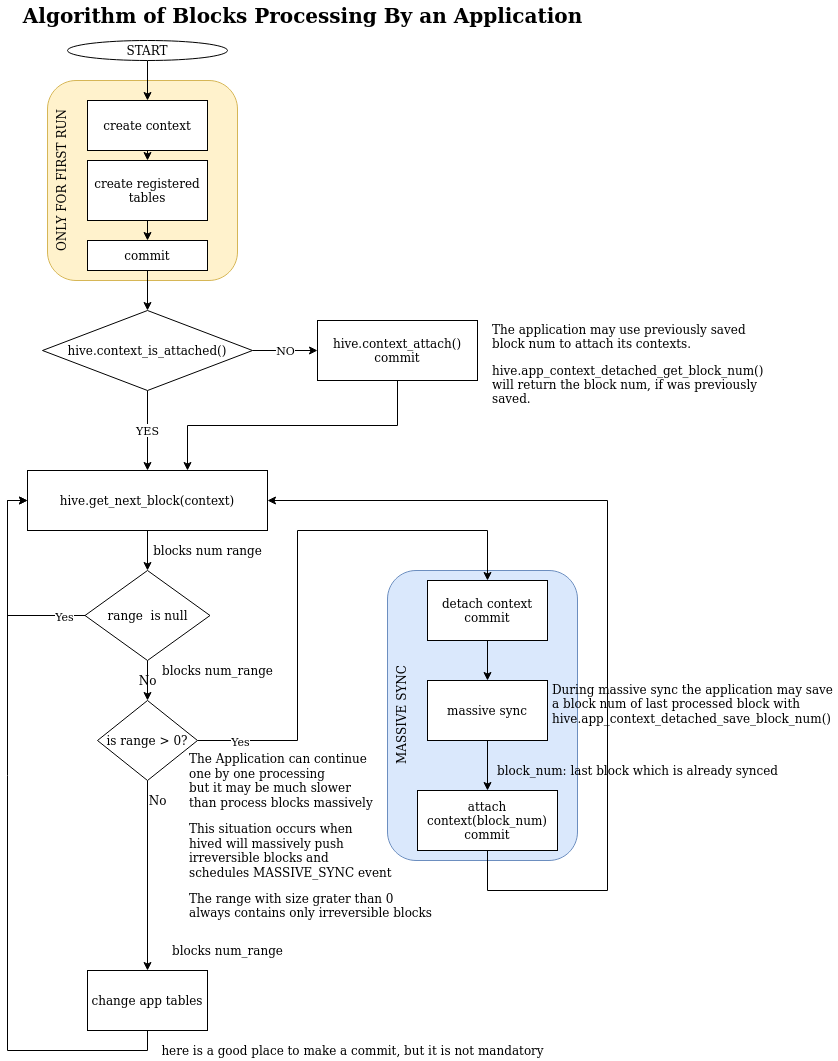
The draw.io diagram src/hive_fork_manager/doc/evq_app_process_block.png in openhive-network/HAfAH, before a commit. Source tidied: cells renumbered, new cells last; positions are measured from the earlier drawing's top-left corner, leaving out a move shared by most shapes.
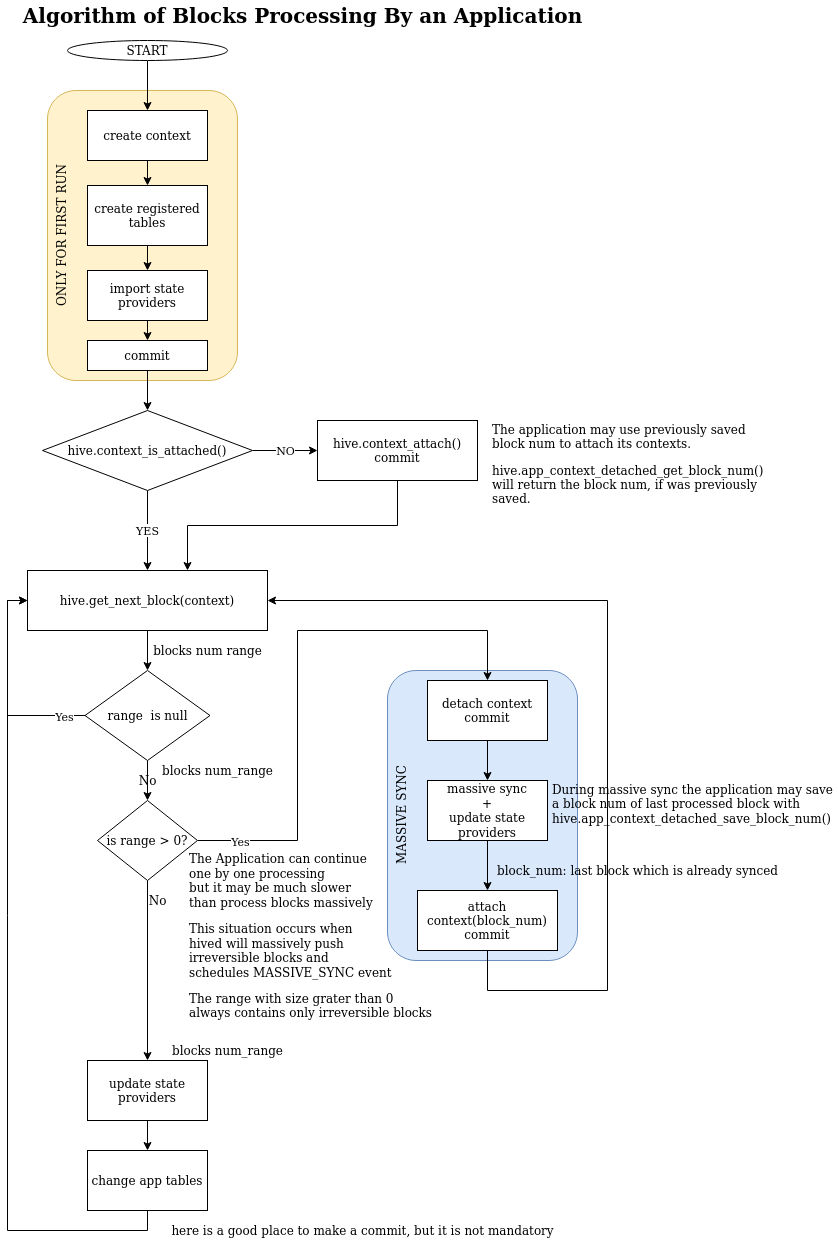
After the change.

Change to the diagram source:
```diff
@@ -6,25 +6,25 @@
       <mxGeometry x="380" y="570" width="190" height="290" as="geometry" />
     </mxCell>
     <mxCell id="3" value="ONLY FOR FIRST RUN" style="rounded=1;whiteSpace=wrap;html=1;fillColor=#fff2cc;strokeColor=#d6b656;verticalAlign=top;horizontal=0;" parent="1" vertex="1">
-      <mxGeometry x="40" y="80" width="190" height="200" as="geometry" />
+      <mxGeometry x="40" y="-10" width="190" height="290" as="geometry" />
     </mxCell>
     <mxCell id="4" style="edgeStyle=orthogonalEdgeStyle;rounded=0;jettySize=auto;html=1;exitX=0.5;exitY=1;exitDx=0;exitDy=0;" parent="1" edge="1" source="5" target="7">
       <mxGeometry relative="1" as="geometry" />
     </mxCell>
     <mxCell id="5" value="START" style="ellipse;whiteSpace=wrap;html=1;" parent="1" vertex="1">
-      <mxGeometry x="60" y="40" width="160" height="20" as="geometry" />
+      <mxGeometry x="60" y="-60" width="160" height="20" as="geometry" />
     </mxCell>
     <mxCell id="6" style="edgeStyle=orthogonalEdgeStyle;rounded=0;jettySize=auto;html=1;exitX=0.5;exitY=1;exitDx=0;exitDy=0;entryX=0.5;entryY=0;entryDx=0;entryDy=0;" parent="1" edge="1" source="7" target="9">
       <mxGeometry relative="1" as="geometry" />
     </mxCell>
     <mxCell id="7" value="create context" style="rounded=0;whiteSpace=wrap;html=1;" parent="1" vertex="1">
-      <mxGeometry x="80" y="100" width="120" height="50" as="geometry" />
+      <mxGeometry x="80" y="10" width="120" height="50" as="geometry" />
     </mxCell>
-    <mxCell id="8" style="edgeStyle=none;rounded=0;jettySize=auto;html=1;exitX=0.5;exitY=1;exitDx=0;exitDy=0;entryX=0.5;entryY=0;entryDx=0;entryDy=0;endArrow=classic;endFill=1;startSize=6;endSize=6;sourcePerimeterSpacing=8;targetPerimeterSpacing=8;" parent="1" edge="1" source="9" target="47">
-      <mxGeometry relative="1" as="geometry" />
-    </mxCell>
+    <mxCell id="48" style="edgeStyle=orthogonalEdgeStyle;rounded=0;jettySize=auto;html=1;exitX=0.5;exitY=1;exitDx=0;exitDy=0;" parent="1" edge="1" source="9" target="50">
+      <mxGeometry relative="1" as="geometry" />
+    </mxCell>
     <mxCell id="9" value="create registered tables" style="rounded=0;whiteSpace=wrap;html=1;" parent="1" vertex="1">
-      <mxGeometry x="80" y="160" width="120" height="60" as="geometry" />
+      <mxGeometry x="80" y="85" width="120" height="60" as="geometry" />
     </mxCell>
     <mxCell id="10" style="edgeStyle=orthogonalEdgeStyle;rounded=0;jettySize=auto;html=1;exitX=0.5;exitY=1;exitDx=0;exitDy=0;entryX=0.5;entryY=0;entryDx=0;entryDy=0;" parent="1" edge="1" source="11" target="13">
       <mxGeometry relative="1" as="geometry" />
@@ -35,7 +35,7 @@
     <mxCell id="12" style="edgeStyle=orthogonalEdgeStyle;rounded=0;jettySize=auto;html=1;exitX=0.5;exitY=1;exitDx=0;exitDy=0;entryX=0.5;entryY=0;entryDx=0;entryDy=0;" parent="1" edge="1" source="13" target="15">
       <mxGeometry relative="1" as="geometry" />
     </mxCell>
-    <mxCell id="13" value="massive sync" style="rounded=0;whiteSpace=wrap;html=1;" parent="1" vertex="1">
+    <mxCell id="13" value="&lt;div&gt;massive sync&lt;/div&gt;&lt;div&gt;+&lt;/div&gt;&lt;div&gt;update state providers&lt;br&gt;&lt;/div&gt;" style="rounded=0;whiteSpace=wrap;html=1;" parent="1" vertex="1">
       <mxGeometry x="420" y="680" width="120" height="60" as="geometry" />
     </mxCell>
     <mxCell id="14" style="edgeStyle=orthogonalEdgeStyle;rounded=0;jettySize=auto;html=1;exitX=0.5;exitY=1;exitDx=0;exitDy=0;entryX=1;entryY=0.5;entryDx=0;entryDy=0;" parent="1" edge="1" source="15" target="18">
@@ -79,22 +79,22 @@
     <mxCell id="24" style="edgeStyle=orthogonalEdgeStyle;rounded=0;jettySize=auto;html=1;exitX=0.5;exitY=1;exitDx=0;exitDy=0;entryX=0;entryY=0.5;entryDx=0;entryDy=0;" parent="1" edge="1" source="25" target="18">
       <mxGeometry relative="1" as="geometry">
         <Array as="points">
-          <mxPoint x="140" y="1050" />
-          <mxPoint y="1050" />
+          <mxPoint x="140" y="1130" />
+          <mxPoint y="1130" />
           <mxPoint y="500" />
         </Array>
       </mxGeometry>
     </mxCell>
     <mxCell id="25" value="change app tables" style="rounded=0;whiteSpace=wrap;html=1;" parent="1" vertex="1">
-      <mxGeometry x="80" y="970" width="120" height="60" as="geometry" />
+      <mxGeometry x="80" y="1050" width="120" height="60" as="geometry" />
     </mxCell>
     <mxCell id="26" value="blocks num_range" style="text;html=1;align=center;verticalAlign=middle;strokeColor=none;" parent="1" vertex="1">
       <mxGeometry x="145" y="660" width="130" height="20" as="geometry" />
     </mxCell>
     <mxCell id="27" value="Algorithm of Blocks Processing By an Application" style="text;html=1;align=center;verticalAlign=middle;strokeColor=none;fontStyle=1;fontSize=20;" parent="1" vertex="1">
-      <mxGeometry x="10" width="570" height="30" as="geometry" />
+      <mxGeometry x="10" y="-100" width="570" height="30" as="geometry" />
     </mxCell>
-    <mxCell id="28" style="edgeStyle=orthogonalEdgeStyle;rounded=0;jettySize=auto;html=1;exitX=0.5;exitY=1;exitDx=0;exitDy=0;entryX=0.5;entryY=0;entryDx=0;entryDy=0;" parent="1" edge="1" source="31" target="25">
+    <mxCell id="28" style="edgeStyle=orthogonalEdgeStyle;rounded=0;jettySize=auto;html=1;exitX=0.5;exitY=1;exitDx=0;exitDy=0;" parent="1" edge="1" source="31" target="52">
       <mxGeometry relative="1" as="geometry" />
     </mxCell>
     <mxCell id="29" style="edgeStyle=orthogonalEdgeStyle;rounded=0;jettySize=auto;html=1;exitX=1;exitY=0.5;exitDx=0;exitDy=0;entryX=0.5;entryY=0;entryDx=0;entryDy=0;" parent="1" edge="1" source="31" target="11">
@@ -161,7 +161,7 @@
       <mxGeometry x="480" y="320" width="290" height="90" as="geometry" />
     </mxCell>
     <mxCell id="45" value="here is a good place to make a commit, but it is not mandatory" style="text;html=1;align=center;verticalAlign=middle;strokeColor=none;fillColor=none;" parent="1" vertex="1">
-      <mxGeometry x="145" y="1040" width="400" height="20" as="geometry" />
+      <mxGeometry x="155" y="1120" width="400" height="20" as="geometry" />
     </mxCell>
     <mxCell id="46" style="edgeStyle=none;rounded=0;jettySize=auto;html=1;exitX=0.5;exitY=1;exitDx=0;exitDy=0;entryX=0.5;entryY=0;entryDx=0;entryDy=0;endArrow=classic;startSize=6;endSize=6;sourcePerimeterSpacing=8;targetPerimeterSpacing=8;endFill=1;" parent="1" edge="1" source="47" target="41">
       <mxGeometry relative="1" as="geometry" />
@@ -169,5 +169,17 @@
     <mxCell id="47" value="commit" style="rounded=0;whiteSpace=wrap;html=1;" parent="1" vertex="1">
       <mxGeometry x="80" y="240" width="120" height="30" as="geometry" />
     </mxCell>
+    <mxCell id="49" style="edgeStyle=orthogonalEdgeStyle;rounded=0;jettySize=auto;html=1;exitX=0.5;exitY=1;exitDx=0;exitDy=0;entryX=0.5;entryY=0;entryDx=0;entryDy=0;" parent="1" edge="1" source="50" target="47">
+      <mxGeometry relative="1" as="geometry" />
+    </mxCell>
+    <mxCell id="50" value="import state providers" style="rounded=0;whiteSpace=wrap;html=1;" parent="1" vertex="1">
+      <mxGeometry x="80" y="170" width="120" height="50" as="geometry" />
+    </mxCell>
+    <mxCell id="51" style="edgeStyle=orthogonalEdgeStyle;rounded=0;jettySize=auto;html=1;exitX=0.5;exitY=1;exitDx=0;exitDy=0;entryX=0.5;entryY=0;entryDx=0;entryDy=0;" parent="1" edge="1" source="52" target="25">
+      <mxGeometry relative="1" as="geometry" />
+    </mxCell>
+    <mxCell id="52" value="update state providers" style="rounded=0;whiteSpace=wrap;html=1;" parent="1" vertex="1">
+      <mxGeometry x="80" y="960" width="120" height="60" as="geometry" />
+    </mxCell>
   </root>
 </mxGraphModel>
```
